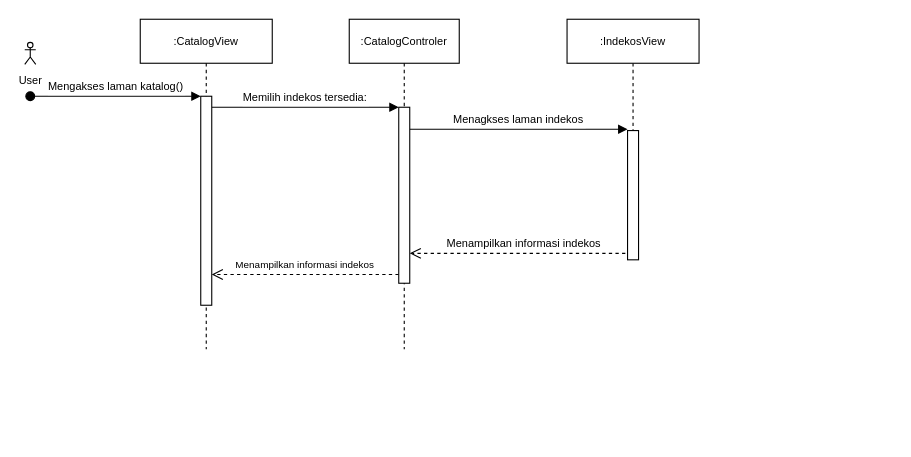
Above: Untitled Diagram.drawio in Miawmiw/P1_Probstat_A_5025201043 (draw.io), before the change. Source tidied: cells renumbered, new cells numbered last; positions are measured from the earlier drawing's top-left corner, leaving out a move shared by most shapes. Both pictures are drawn from the tidied source at 110%, with x=0, y=0 at pixel (24, 19).
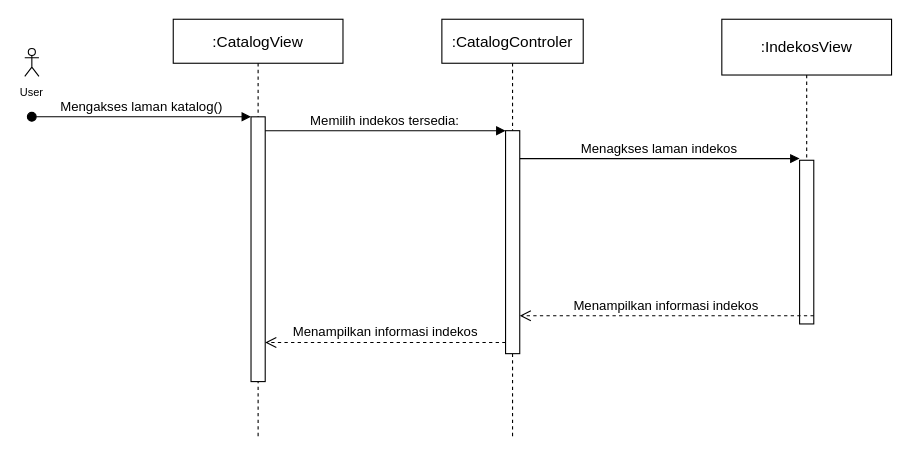
The same page after the edit.

Diff of the diagram source:
```diff
@@
 <mxGraphModel>
   <root>
     <mxCell id="0" />
     <mxCell id="1" parent="0" />
-    <mxCell id="2" value=":CatalogView" style="shape=umlLifeline;perimeter=lifelinePerimeter;rounded=0;shadow=0;strokeWidth=1;fontSize=10;" parent="1" vertex="1">
-      <mxGeometry x="105" width="120" height="300" as="geometry" />
+    <mxCell id="2" value=":CatalogView" style="shape=umlLifeline;perimeter=lifelinePerimeter;rounded=0;shadow=0;strokeWidth=1;fontSize=14;" parent="1" vertex="1">
+      <mxGeometry x="135" width="154.3" height="380" as="geometry" />
     </mxCell>
-    <mxCell id="3" value=":CatalogControler" style="shape=umlLifeline;perimeter=lifelinePerimeter;rounded=0;shadow=0;strokeWidth=1;fontSize=10;" parent="1" vertex="1">
-      <mxGeometry x="295" width="100" height="300" as="geometry" />
+    <mxCell id="3" value=":CatalogControler" style="shape=umlLifeline;perimeter=lifelinePerimeter;rounded=0;shadow=0;strokeWidth=1;fontSize=14;" parent="1" vertex="1">
+      <mxGeometry x="379.2" width="128.5" height="380" as="geometry" />
     </mxCell>
-    <mxCell id="4" value="Menampilkan informasi indekos" style="verticalAlign=bottom;endArrow=open;dashed=1;endSize=8;exitX=0;exitY=0.95;shadow=0;strokeWidth=1;fontSize=9;" parent="1" edge="1" source="10" target="13">
-      <mxGeometry relative="1" as="geometry" />
-    </mxCell>
-    <mxCell id="5" value="Memilih indekos tersedia:" style="verticalAlign=bottom;endArrow=block;entryX=0;entryY=0;shadow=0;strokeWidth=1;fontSize=10;" parent="1" edge="1" source="13" target="10">
-      <mxGeometry relative="1" as="geometry" />
-    </mxCell>
-    <mxCell id="6" value="Menagkses laman indekos" style="verticalAlign=bottom;endArrow=block;shadow=0;strokeWidth=1;fontSize=10;" parent="1" edge="1" source="10">
+    <mxCell id="6" value="Menagkses laman indekos" style="verticalAlign=bottom;endArrow=block;shadow=0;strokeWidth=1;fontSize=12;" parent="1" edge="1" source="10">
       <mxGeometry relative="1" as="geometry">
-        <mxPoint x="548" y="100" as="targetPoint" />
+        <mxPoint x="704.4" y="126.7" as="targetPoint" />
         <Array as="points">
-          <mxPoint x="498" y="100" />
+          <mxPoint x="640.2" y="126.7" />
         </Array>
       </mxGeometry>
     </mxCell>
-    <mxCell id="7" value="Menampilkan informasi indekos" style="verticalAlign=bottom;endArrow=open;dashed=1;endSize=8;exitX=1;exitY=0.95;shadow=0;strokeWidth=1;fontSize=10;" parent="1" edge="1" source="9" target="10">
-      <mxGeometry relative="1" as="geometry" />
-    </mxCell>
     <mxCell id="8" value="&lt;font style=&quot;font-size: 10px;&quot;&gt;User&lt;/font&gt;" style="shape=umlActor;verticalLabelPosition=bottom;verticalAlign=top;html=1;" parent="1" vertex="1">
-      <mxGeometry y="21" width="10" height="20" as="geometry" />
+      <mxGeometry y="26.6" width="12.9" height="25.3" as="geometry" />
     </mxCell>
     <mxCell id="9" style="points=[];perimeter=orthogonalPerimeter;rounded=0;shadow=0;strokeWidth=1;" parent="1" vertex="1">
-      <mxGeometry x="548" y="101.2" width="10" height="117.5" as="geometry" />
+      <mxGeometry x="704.4" y="128.2" width="12.9" height="148.8" as="geometry" />
     </mxCell>
     <mxCell id="10" style="points=[];perimeter=orthogonalPerimeter;rounded=0;shadow=0;strokeWidth=1;" parent="1" vertex="1">
-      <mxGeometry x="340" y="80" width="10" height="160" as="geometry" />
+      <mxGeometry x="437.1" y="101.3" width="12.9" height="202.7" as="geometry" />
     </mxCell>
+    <mxCell id="7" value="Menampilkan informasi indekos" style="verticalAlign=bottom;endArrow=open;dashed=1;endSize=8;exitX=1;exitY=0.95;shadow=0;strokeWidth=1;fontSize=12;" parent="1" edge="1" source="9" target="10">
+      <mxGeometry relative="1" as="geometry" />
+    </mxCell>
     <mxCell id="11" style="rounded=0;jettySize=auto;html=1;exitX=0.5;exitY=1;exitDx=0;exitDy=0;fontSize=8;endArrow=none;endFill=0;dashed=1;" parent="1" edge="1" source="12" target="9">
       <mxGeometry relative="1" as="geometry" />
     </mxCell>
-    <mxCell id="12" value="&lt;font style=&quot;font-size: 10px;&quot;&gt;:IndekosView&lt;/font&gt;" style="rounded=0;whiteSpace=wrap;html=1;fontSize=8;" parent="1" vertex="1">
-      <mxGeometry x="493" width="120" height="40" as="geometry" />
+    <mxCell id="12" value="&lt;font style=&quot;font-size: 14px;&quot;&gt;:IndekosView&lt;/font&gt;" style="rounded=0;whiteSpace=wrap;html=1;fontSize=8;" parent="1" vertex="1">
+      <mxGeometry x="633.7" width="154.3" height="50.7" as="geometry" />
     </mxCell>
     <mxCell id="13" style="points=[];perimeter=orthogonalPerimeter;rounded=0;shadow=0;strokeWidth=1;" parent="1" vertex="1">
-      <mxGeometry x="160" y="70" width="10" height="190" as="geometry" />
+      <mxGeometry x="205.7" y="88.7" width="12.9" height="240.7" as="geometry" />
     </mxCell>
+    <mxCell id="4" value="Menampilkan informasi indekos" style="verticalAlign=bottom;endArrow=open;dashed=1;endSize=8;exitX=0;exitY=0.95;shadow=0;strokeWidth=1;fontSize=12;" parent="1" edge="1" source="10" target="13">
+      <mxGeometry relative="1" as="geometry" />
+    </mxCell>
+    <mxCell id="5" value="Memilih indekos tersedia:" style="verticalAlign=bottom;endArrow=block;entryX=0;entryY=0;shadow=0;strokeWidth=1;fontSize=12;" parent="1" edge="1" source="13" target="10">
+      <mxGeometry relative="1" as="geometry" />
+    </mxCell>
-    <mxCell id="14" value="Mengakses laman katalog()" style="verticalAlign=bottom;startArrow=oval;endArrow=block;startSize=8;shadow=0;strokeWidth=1;fontSize=10;" parent="1" edge="1" target="13">
+    <mxCell id="14" value="Mengakses laman katalog()" style="verticalAlign=bottom;startArrow=oval;endArrow=block;startSize=8;shadow=0;strokeWidth=1;fontSize=12;" parent="1" edge="1" target="13">
       <mxGeometry relative="1" as="geometry">
-        <mxPoint x="5" y="70" as="sourcePoint" />
+        <mxPoint x="6.4" y="88.7" as="sourcePoint" />
       </mxGeometry>
     </mxCell>
   </root>
 </mxGraphModel>
```
